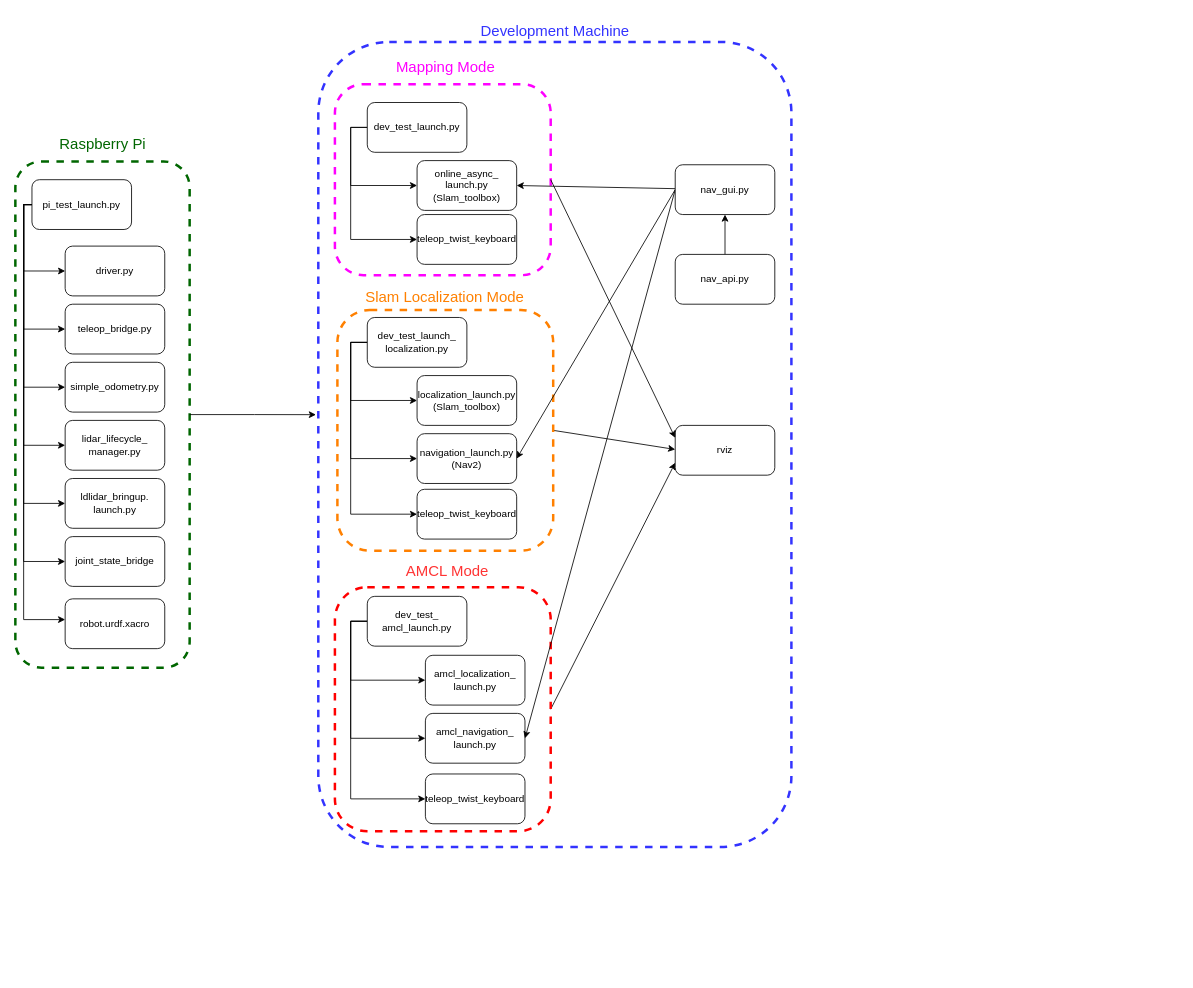
yuanroets/pharma_bot keeps this draw.io diagram as md/Hardware_Launch.drawio. Above is the earlier version. Source tidied: cells renumbered, new cells numbered last; positions are measured from the earlier drawing's top-left corner, leaving out a move shared by most shapes. Both pictures are drawn from the tidied source at 83%, with x=0, y=0 at pixel (15, 14).
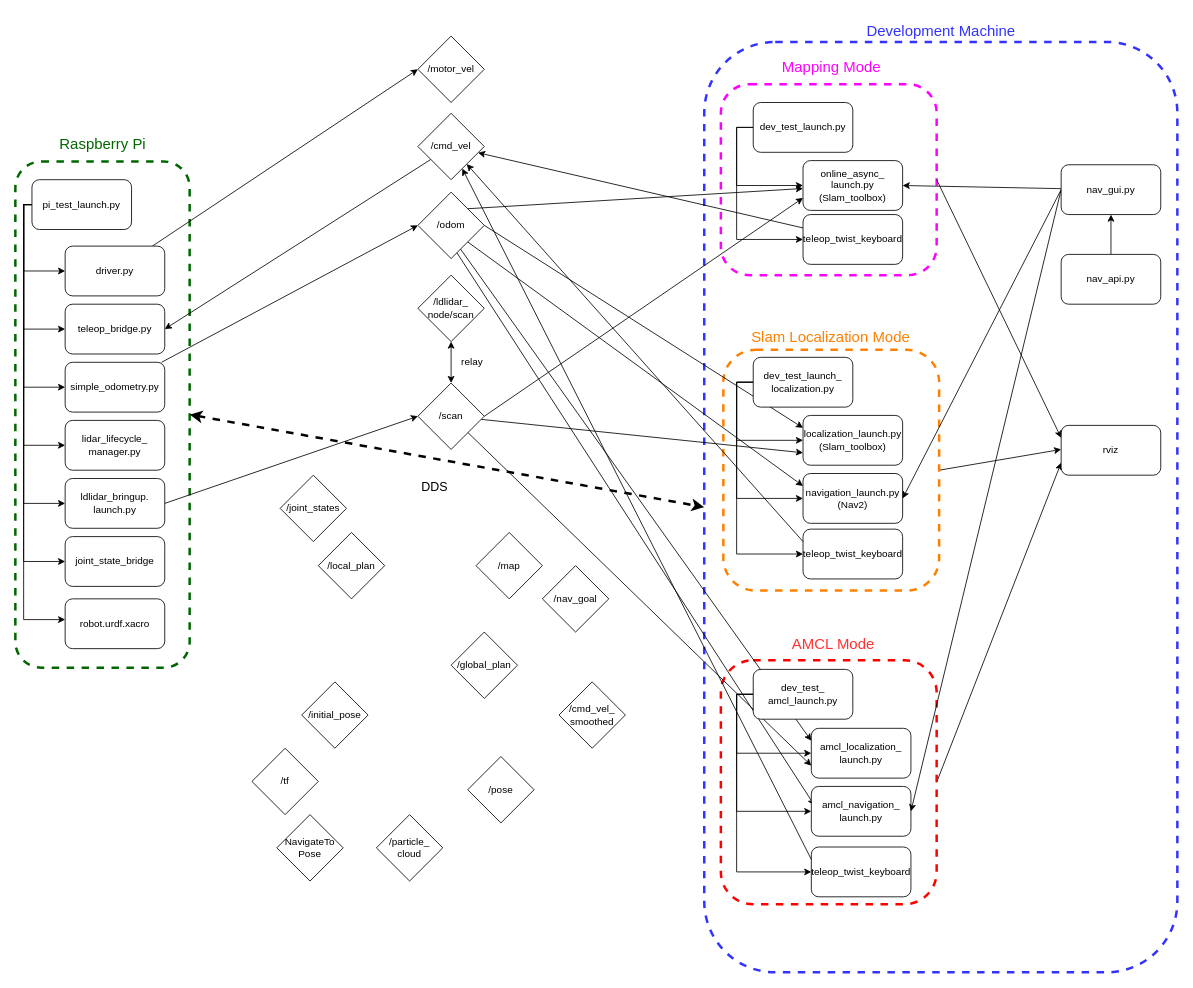
After the change.

Unchanged cells that the change refers to:
```xml
<mxCell id="8" style="rounded=1;whiteSpace=wrap;html=1;fillColor=none;dashed=1;strokeColor=#006600;strokeWidth=3;" parent="1" vertex="1">
  <mxGeometry y="177" width="210" height="610" as="geometry" />
</mxCell>
<mxCell id="13" value="driver.py" style="rounded=1;whiteSpace=wrap;html=1;" parent="1" vertex="1">
  <mxGeometry x="60" y="279" width="120" height="60" as="geometry" />
</mxCell>
<mxCell id="14" value="teleop_bridge.py" style="rounded=1;whiteSpace=wrap;html=1;" parent="1" vertex="1">
  <mxGeometry x="60" y="349" width="120" height="60" as="geometry" />
</mxCell>
<mxCell id="15" value="simple_odometry.py" style="rounded=1;whiteSpace=wrap;html=1;" parent="1" vertex="1">
  <mxGeometry x="60" y="419" width="120" height="60" as="geometry" />
</mxCell>
<mxCell id="16" value="ldlidar_bringup.&lt;div&gt;launch.py&lt;/div&gt;" style="rounded=1;whiteSpace=wrap;html=1;" parent="1" vertex="1">
  <mxGeometry x="60" y="559" width="120" height="60" as="geometry" />
</mxCell>
```

What changed in the source:
```diff
@@
     <mxCell id="2" style="rounded=1;whiteSpace=wrap;html=1;fillColor=none;dashed=1;strokeColor=#FF00FF;strokeWidth=3;" parent="1" vertex="1">
-      <mxGeometry x="385" y="84" width="260" height="230" as="geometry" />
+      <mxGeometry x="850" y="84" width="260" height="230" as="geometry" />
     </mxCell>
     <mxCell id="3" style="rounded=1;whiteSpace=wrap;html=1;fillColor=none;dashed=1;strokeColor=#3333FF;strokeWidth=3;" parent="1" vertex="1">
-      <mxGeometry x="365" y="33" width="570" height="970" as="geometry" />
+      <mxGeometry x="830" y="33" width="570" height="1121" as="geometry" />
     </mxCell>
     <mxCell id="4" style="rounded=0;jettySize=auto;html=1;exitX=1;exitY=0.5;exitDx=0;exitDy=0;" parent="1" edge="1" source="5">
       <mxGeometry relative="1" as="geometry">
-        <mxPoint x="795" y="524" as="targetPoint" />
+        <mxPoint x="1260" y="524" as="targetPoint" />
       </mxGeometry>
     </mxCell>
     <mxCell id="5" style="rounded=1;whiteSpace=wrap;html=1;fillColor=none;dashed=1;strokeColor=#FF8000;strokeWidth=3;" parent="1" vertex="1">
-      <mxGeometry x="388" y="356" width="260" height="290" as="geometry" />
+      <mxGeometry x="853" y="404" width="260" height="290" as="geometry" />
     </mxCell>
@@
     <mxCell id="7" style="rounded=1;whiteSpace=wrap;html=1;fillColor=none;dashed=1;strokeColor=#FF0000;strokeWidth=3;" parent="1" vertex="1">
-      <mxGeometry x="385" y="690" width="260" height="294" as="geometry" />
+      <mxGeometry x="850" y="778" width="260" height="294" as="geometry" />
     </mxCell>
@@
+    <mxCell id="57" style="edgeStyle=none;rounded=0;jettySize=auto;html=1;entryX=0;entryY=0.5;entryDx=0;entryDy=0;" parent="1" edge="1" source="13" target="71">
+      <mxGeometry relative="1" as="geometry" />
+    </mxCell>
@@
+    <mxCell id="58" style="edgeStyle=none;rounded=0;jettySize=auto;html=1;entryX=0;entryY=0.5;entryDx=0;entryDy=0;" parent="1" edge="1" source="15" target="73">
+      <mxGeometry relative="1" as="geometry" />
+    </mxCell>
@@
+    <mxCell id="59" style="edgeStyle=none;rounded=0;jettySize=auto;html=1;exitX=1;exitY=0.5;exitDx=0;exitDy=0;entryX=0;entryY=0.5;entryDx=0;entryDy=0;" parent="1" edge="1" source="16" target="80">
+      <mxGeometry relative="1" as="geometry" />
+    </mxCell>
@@
     <mxCell id="20" value="rviz" style="rounded=1;whiteSpace=wrap;html=1;" parent="1" vertex="1">
-      <mxGeometry x="795" y="495" width="120" height="60" as="geometry" />
+      <mxGeometry x="1260" y="495" width="120" height="60" as="geometry" />
     </mxCell>
@@
     <mxCell id="27" value="dev_test_launch.py" style="rounded=1;whiteSpace=wrap;html=1;" parent="1" vertex="1">
-      <mxGeometry x="424" y="106" width="120" height="60" as="geometry" />
+      <mxGeometry x="889" y="106" width="120" height="60" as="geometry" />
     </mxCell>
@@
-    <mxCell id="31" value="dev_test_launch_&lt;div&gt;localization.py&lt;/div&gt;" style="rounded=1;whiteSpace=wrap;html=1;" parent="1" vertex="1">
-      <mxGeometry x="424" y="365" width="120" height="60" as="geometry" />
-    </mxCell>
@@
-    <mxCell id="35" value="dev_test_&lt;div&gt;amcl_launch&lt;span style=&quot;background-color: transparent; color: light-dark(rgb(0, 0, 0), rgb(255, 255, 255));&quot;&gt;.py&lt;/span&gt;&lt;/div&gt;" style="rounded=1;whiteSpace=wrap;html=1;" parent="1" vertex="1">
-      <mxGeometry x="424" y="701" width="120" height="60" as="geometry" />
-    </mxCell>
+    <mxCell id="60" style="edgeStyle=none;rounded=0;jettySize=auto;html=1;exitX=1;exitY=0;exitDx=0;exitDy=0;" parent="1" edge="1" source="73" target="36">
+      <mxGeometry relative="1" as="geometry" />
+    </mxCell>
     <mxCell id="36" value="online_async_&lt;div&gt;launch.py&lt;/div&gt;&lt;div&gt;(Slam_toolbox)&lt;/div&gt;" style="rounded=1;whiteSpace=wrap;html=1;" parent="1" vertex="1">
-      <mxGeometry x="484" y="176" width="120" height="60" as="geometry" />
+      <mxGeometry x="949" y="176" width="120" height="60" as="geometry" />
     </mxCell>
+    <mxCell id="61" style="edgeStyle=none;rounded=0;jettySize=auto;html=1;exitX=1;exitY=0.5;exitDx=0;exitDy=0;entryX=0;entryY=0.25;entryDx=0;entryDy=0;" parent="1" edge="1" source="73" target="37">
+      <mxGeometry relative="1" as="geometry" />
+    </mxCell>
     <mxCell id="37" value="localization_launch.py&lt;div&gt;(Slam_toolbox)&lt;/div&gt;" style="rounded=1;whiteSpace=wrap;html=1;" parent="1" vertex="1">
-      <mxGeometry x="484" y="435" width="120" height="60" as="geometry" />
+      <mxGeometry x="949" y="483" width="120" height="60" as="geometry" />
     </mxCell>
+    <mxCell id="62" style="edgeStyle=none;rounded=0;jettySize=auto;html=1;exitX=1;exitY=1;exitDx=0;exitDy=0;entryX=0;entryY=0.25;entryDx=0;entryDy=0;" parent="1" edge="1" source="73" target="38">
+      <mxGeometry relative="1" as="geometry" />
+    </mxCell>
     <mxCell id="38" value="navigation_launch.py&lt;div&gt;(Nav2)&lt;/div&gt;" style="rounded=1;whiteSpace=wrap;html=1;" parent="1" vertex="1">
-      <mxGeometry x="484" y="505" width="120" height="60" as="geometry" />
+      <mxGeometry x="949" y="553" width="120" height="60" as="geometry" />
     </mxCell>
+    <mxCell id="63" style="edgeStyle=none;rounded=0;jettySize=auto;html=1;exitX=0.64;exitY=0.855;exitDx=0;exitDy=0;entryX=0;entryY=0.25;entryDx=0;entryDy=0;exitPerimeter=0;" parent="1" edge="1" source="73" target="39">
+      <mxGeometry relative="1" as="geometry" />
+    </mxCell>
     <mxCell id="39" value="amcl_localization_&lt;div&gt;launch.py&lt;/div&gt;" style="rounded=1;whiteSpace=wrap;html=1;" parent="1" vertex="1">
-      <mxGeometry x="494" y="772" width="120" height="60" as="geometry" />
+      <mxGeometry x="959" y="860" width="120" height="60" as="geometry" />
     </mxCell>
+    <mxCell id="64" style="edgeStyle=none;rounded=0;jettySize=auto;html=1;entryX=0.032;entryY=0.381;entryDx=0;entryDy=0;exitX=0.563;exitY=0.875;exitDx=0;exitDy=0;entryPerimeter=0;exitPerimeter=0;" parent="1" edge="1" source="73" target="40">
+      <mxGeometry relative="1" as="geometry" />
+    </mxCell>
     <mxCell id="40" value="amcl_navigation_&lt;div&gt;launch.py&lt;/div&gt;" style="rounded=1;whiteSpace=wrap;html=1;" parent="1" vertex="1">
-      <mxGeometry x="494" y="842" width="120" height="60" as="geometry" />
+      <mxGeometry x="959" y="930" width="120" height="60" as="geometry" />
     </mxCell>
     <mxCell id="41" value="teleop_twist_keyboard" style="rounded=1;whiteSpace=wrap;html=1;" parent="1" vertex="1">
-      <mxGeometry x="484" y="572" width="120" height="60" as="geometry" />
+      <mxGeometry x="949" y="620" width="120" height="60" as="geometry" />
     </mxCell>
     <mxCell id="42" value="teleop_twist_keyboard" style="rounded=1;whiteSpace=wrap;html=1;" parent="1" vertex="1">
-      <mxGeometry x="494" y="915" width="120" height="60" as="geometry" />
+      <mxGeometry x="959" y="1003" width="120" height="60" as="geometry" />
     </mxCell>
     <mxCell id="43" value="teleop_twist_keyboard" style="rounded=1;whiteSpace=wrap;html=1;" parent="1" vertex="1">
-      <mxGeometry x="484" y="241" width="120" height="60" as="geometry" />
+      <mxGeometry x="949" y="241" width="120" height="60" as="geometry" />
     </mxCell>
@@
     <mxCell id="46" value="&lt;font style=&quot;font-size: 18px; color: rgb(51, 51, 255);&quot;&gt;Development Machine&lt;/font&gt;" style="text;html=1;align=center;verticalAlign=middle;strokeColor=none;fillColor=none;" parent="1" vertex="1">
-      <mxGeometry x="550" width="200" height="40" as="geometry" />
+      <mxGeometry x="1015" width="200" height="40" as="geometry" />
     </mxCell>
     <mxCell id="47" value="&lt;font style=&quot;font-size: 18px; color: rgb(255, 0, 255);&quot;&gt;Mapping Mode&lt;/font&gt;" style="text;html=1;align=center;verticalAlign=middle;strokeColor=none;fillColor=none;" parent="1" vertex="1">
-      <mxGeometry x="448" y="44" width="140" height="40" as="geometry" />
+      <mxGeometry x="913" y="44" width="140" height="40" as="geometry" />
     </mxCell>
     <mxCell id="48" value="&lt;span style=&quot;font-family: Helvetica; font-size: 18px; font-style: normal; font-variant-ligatures: normal; font-variant-caps: normal; font-weight: 400; letter-spacing: normal; orphans: 2; text-align: center; text-indent: 0px; text-transform: none; widows: 2; word-spacing: 0px; -webkit-text-stroke-width: 0px; white-space: nowrap; text-decoration-thickness: initial; text-decoration-style: initial; text-decoration-color: initial; float: none; display: inline !important;&quot;&gt;&lt;font style=&quot;color: rgb(255, 128, 0);&quot;&gt;Slam Localization Mode&lt;/font&gt;&lt;/span&gt;" style="text;whiteSpace=wrap;html=1;" parent="1" vertex="1">
-      <mxGeometry x="420" y="324" width="150" height="50" as="geometry" />
+      <mxGeometry x="885" y="372" width="150" height="50" as="geometry" />
     </mxCell>
     <mxCell id="49" value="&lt;span style=&quot;font-family: Helvetica; font-size: 18px; font-style: normal; font-variant-ligatures: normal; font-variant-caps: normal; font-weight: 400; letter-spacing: normal; orphans: 2; text-align: center; text-indent: 0px; text-transform: none; widows: 2; word-spacing: 0px; -webkit-text-stroke-width: 0px; white-space: nowrap; text-decoration-thickness: initial; text-decoration-style: initial; text-decoration-color: initial; float: none; display: inline !important;&quot;&gt;&lt;font style=&quot;color: rgb(255, 51, 51);&quot;&gt;AMCL Mode&lt;/font&gt;&lt;/span&gt;" style="text;whiteSpace=wrap;html=1;" parent="1" vertex="1">
-      <mxGeometry x="469" y="654" width="150" height="50" as="geometry" />
+      <mxGeometry x="934" y="742" width="150" height="50" as="geometry" />
     </mxCell>
@@
     <mxCell id="53" value="nav_gui.py" style="rounded=1;whiteSpace=wrap;html=1;" parent="1" vertex="1">
-      <mxGeometry x="795" y="181" width="120" height="60" as="geometry" />
+      <mxGeometry x="1260" y="181" width="120" height="60" as="geometry" />
     </mxCell>
@@
     <mxCell id="55" value="nav_api.py" style="rounded=1;whiteSpace=wrap;html=1;" parent="1" vertex="1">
-      <mxGeometry x="795" y="289" width="120" height="60" as="geometry" />
+      <mxGeometry x="1260" y="289" width="120" height="60" as="geometry" />
     </mxCell>
+    <mxCell id="65" value="&lt;font style=&quot;font-size: 15px;&quot;&gt;DDS&lt;/font&gt;" style="text;html=1;align=center;verticalAlign=middle;strokeColor=none;fillColor=none;" parent="1" vertex="1">
+      <mxGeometry x="475" y="553" width="60" height="30" as="geometry" />
+    </mxCell>
-    <mxCell id="56" style="edgeStyle=orthogonalEdgeStyle;rounded=0;jettySize=auto;html=1;entryX=-0.005;entryY=0.463;entryDx=0;entryDy=0;entryPerimeter=0;" parent="1" edge="1" source="8" target="3">
-      <mxGeometry relative="1" as="geometry">
-        <Array as="points">
-          <mxPoint x="288" y="482" />
-          <mxPoint x="288" y="483" />
-        </Array>
-      </mxGeometry>
+    <mxCell id="56" style="endArrow=classic;startArrow=classic;html=1;rounded=0;exitX=1;exitY=0.5;exitDx=0;exitDy=0;entryX=0;entryY=0.5;entryDx=0;entryDy=0;dashed=1;strokeWidth=3;" parent="1" edge="1" source="8" target="3">
+      <mxGeometry relative="1" as="geometry" />
     </mxCell>
+    <mxCell id="66" style="edgeStyle=none;rounded=0;jettySize=auto;html=1;" parent="1" edge="1" source="43" target="70">
+      <mxGeometry relative="1" as="geometry" />
+    </mxCell>
+    <mxCell id="67" style="edgeStyle=none;rounded=0;jettySize=auto;html=1;exitX=0;exitY=0.25;exitDx=0;exitDy=0;" parent="1" edge="1" source="41" target="70">
+      <mxGeometry relative="1" as="geometry" />
+    </mxCell>
+    <mxCell id="68" style="edgeStyle=none;rounded=0;jettySize=auto;html=1;exitX=0;exitY=0.25;exitDx=0;exitDy=0;" parent="1" edge="1" source="42" target="70">
+      <mxGeometry relative="1" as="geometry" />
+    </mxCell>
+    <mxCell id="69" style="edgeStyle=none;rounded=0;jettySize=auto;html=1;entryX=1;entryY=0.5;entryDx=0;entryDy=0;" parent="1" edge="1" source="70" target="14">
+      <mxGeometry relative="1" as="geometry" />
+    </mxCell>
+    <mxCell id="70" value="/cmd_vel" style="rhombus;whiteSpace=wrap;html=1;" parent="1" vertex="1">
+      <mxGeometry x="485" y="119" width="80" height="80" as="geometry" />
+    </mxCell>
+    <mxCell id="71" value="/motor_vel" style="rhombus;whiteSpace=wrap;html=1;" parent="1" vertex="1">
+      <mxGeometry x="485" y="26" width="80" height="80" as="geometry" />
+    </mxCell>
+    <mxCell id="72" value="/ldlidar_&lt;div&gt;node&lt;span style=&quot;background-color: transparent; color: light-dark(rgb(0, 0, 0), rgb(255, 255, 255));&quot;&gt;/scan&lt;/span&gt;&lt;/div&gt;" style="rhombus;whiteSpace=wrap;html=1;" parent="1" vertex="1">
+      <mxGeometry x="485" y="314" width="80" height="80" as="geometry" />
+    </mxCell>
+    <mxCell id="73" value="/odom" style="rhombus;whiteSpace=wrap;html=1;" parent="1" vertex="1">
+      <mxGeometry x="485" y="214" width="80" height="80" as="geometry" />
+    </mxCell>
+    <mxCell id="74" value="/initial_pose" style="rhombus;whiteSpace=wrap;html=1;" parent="1" vertex="1">
+      <mxGeometry x="345" y="804" width="80" height="80" as="geometry" />
+    </mxCell>
+    <mxCell id="75" value="/global_plan" style="rhombus;whiteSpace=wrap;html=1;" parent="1" vertex="1">
+      <mxGeometry x="525" y="744" width="80" height="80" as="geometry" />
+    </mxCell>
+    <mxCell id="76" value="/local_plan" style="rhombus;whiteSpace=wrap;html=1;" parent="1" vertex="1">
+      <mxGeometry x="365" y="624" width="80" height="80" as="geometry" />
+    </mxCell>
+    <mxCell id="77" style="edgeStyle=none;rounded=0;jettySize=auto;html=1;exitX=1;exitY=0.5;exitDx=0;exitDy=0;entryX=0;entryY=0.75;entryDx=0;entryDy=0;" parent="1" edge="1" source="80" target="36">
+      <mxGeometry relative="1" as="geometry" />
+    </mxCell>
+    <mxCell id="78" style="edgeStyle=none;rounded=0;jettySize=auto;html=1;entryX=0;entryY=0.75;entryDx=0;entryDy=0;" parent="1" edge="1" source="80" target="37">
+      <mxGeometry relative="1" as="geometry" />
+    </mxCell>
+    <mxCell id="79" style="edgeStyle=none;rounded=0;jettySize=auto;html=1;entryX=0;entryY=0.75;entryDx=0;entryDy=0;" parent="1" edge="1" source="80" target="39">
+      <mxGeometry relative="1" as="geometry" />
+    </mxCell>
+    <mxCell id="80" value="/scan" style="rhombus;whiteSpace=wrap;html=1;" parent="1" vertex="1">
+      <mxGeometry x="485" y="444" width="80" height="80" as="geometry" />
+    </mxCell>
+    <mxCell id="81" value="/pose" style="rhombus;whiteSpace=wrap;html=1;" parent="1" vertex="1">
+      <mxGeometry x="545" y="894" width="80" height="80" as="geometry" />
+    </mxCell>
+    <mxCell id="82" value="/particle_&lt;div&gt;cloud&lt;/div&gt;" style="rhombus;whiteSpace=wrap;html=1;" parent="1" vertex="1">
+      <mxGeometry x="435" y="964" width="80" height="80" as="geometry" />
+    </mxCell>
+    <mxCell id="83" value="NavigateTo&lt;div&gt;Pose&lt;/div&gt;" style="rhombus;whiteSpace=wrap;html=1;" parent="1" vertex="1">
+      <mxGeometry x="315" y="964" width="80" height="80" as="geometry" />
+    </mxCell>
+    <mxCell id="84" value="/tf" style="rhombus;whiteSpace=wrap;html=1;" parent="1" vertex="1">
+      <mxGeometry x="285" y="884" width="80" height="80" as="geometry" />
+    </mxCell>
+    <mxCell id="85" value="/cmd_vel_&lt;div&gt;smoothed&lt;/div&gt;" style="rhombus;whiteSpace=wrap;html=1;" parent="1" vertex="1">
+      <mxGeometry x="655" y="804" width="80" height="80" as="geometry" />
+    </mxCell>
+    <mxCell id="86" value="/joint_states" style="rhombus;whiteSpace=wrap;html=1;" parent="1" vertex="1">
+      <mxGeometry x="319" y="555" width="80" height="80" as="geometry" />
+    </mxCell>
+    <mxCell id="87" value="/nav_goal" style="rhombus;whiteSpace=wrap;html=1;" parent="1" vertex="1">
+      <mxGeometry x="635" y="664" width="80" height="80" as="geometry" />
+    </mxCell>
+    <mxCell id="88" value="/map" style="rhombus;whiteSpace=wrap;html=1;" parent="1" vertex="1">
+      <mxGeometry x="555" y="624" width="80" height="80" as="geometry" />
+    </mxCell>
+    <mxCell id="35" value="dev_test_&lt;div&gt;amcl_launch&lt;span style=&quot;background-color: transparent; color: light-dark(rgb(0, 0, 0), rgb(255, 255, 255));&quot;&gt;.py&lt;/span&gt;&lt;/div&gt;" style="rounded=1;whiteSpace=wrap;html=1;" parent="1" vertex="1">
+      <mxGeometry x="889" y="789" width="120" height="60" as="geometry" />
+    </mxCell>
+    <mxCell id="31" value="dev_test_launch_&lt;div&gt;localization.py&lt;/div&gt;" style="rounded=1;whiteSpace=wrap;html=1;" parent="1" vertex="1">
+      <mxGeometry x="889" y="413" width="120" height="60" as="geometry" />
+    </mxCell>
+    <mxCell id="89" style="endArrow=classic;startArrow=classic;html=1;rounded=0;entryX=0.5;entryY=1;entryDx=0;entryDy=0;exitX=0.5;exitY=0;exitDx=0;exitDy=0;" parent="1" edge="1" source="80" target="72">
+      <mxGeometry relative="1" as="geometry" />
+    </mxCell>
+    <mxCell id="90" value="relay" style="text;html=1;align=center;verticalAlign=middle;strokeColor=none;fillColor=none;" parent="1" vertex="1">
+      <mxGeometry x="525" y="404" width="50" height="30" as="geometry" />
+    </mxCell>
```
